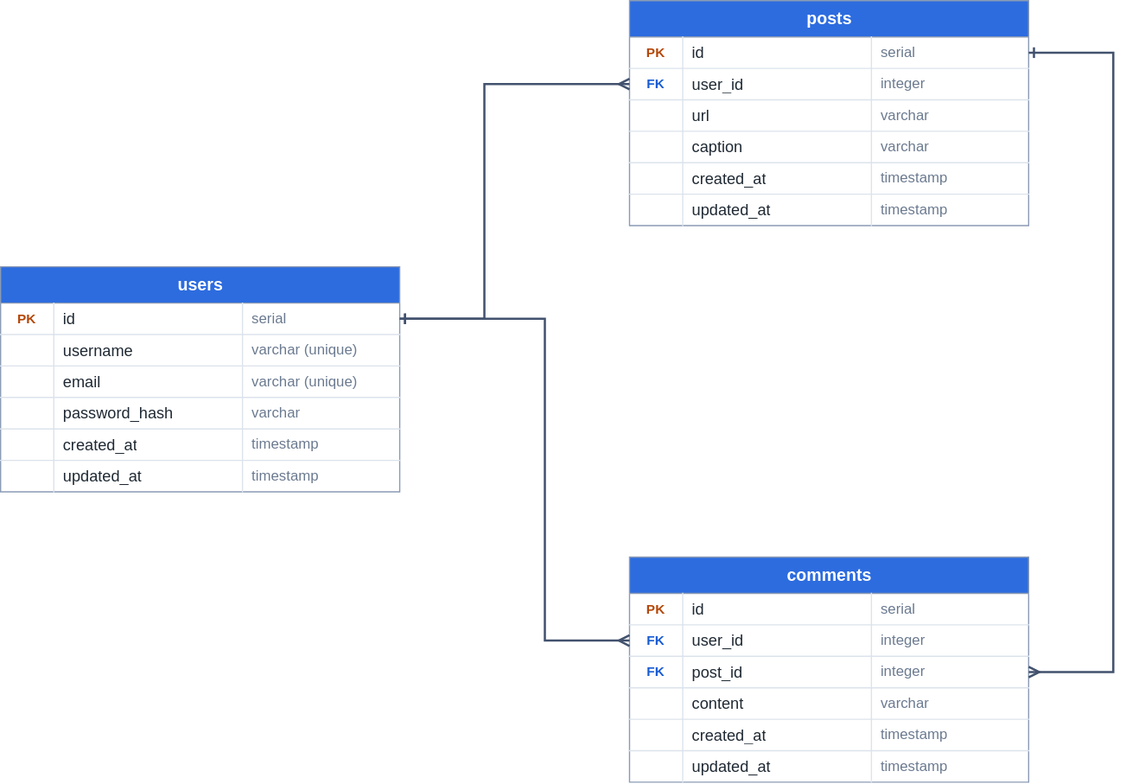
rehmanhaseeb2345-bit/SQL-Practice keeps this draw.io diagram as docs/schema.drawio.svg. Above is the earlier version. Source tidied: cells renumbered, new cells last; positions are measured from the earlier drawing's top-left corner, leaving out a move shared by most shapes.
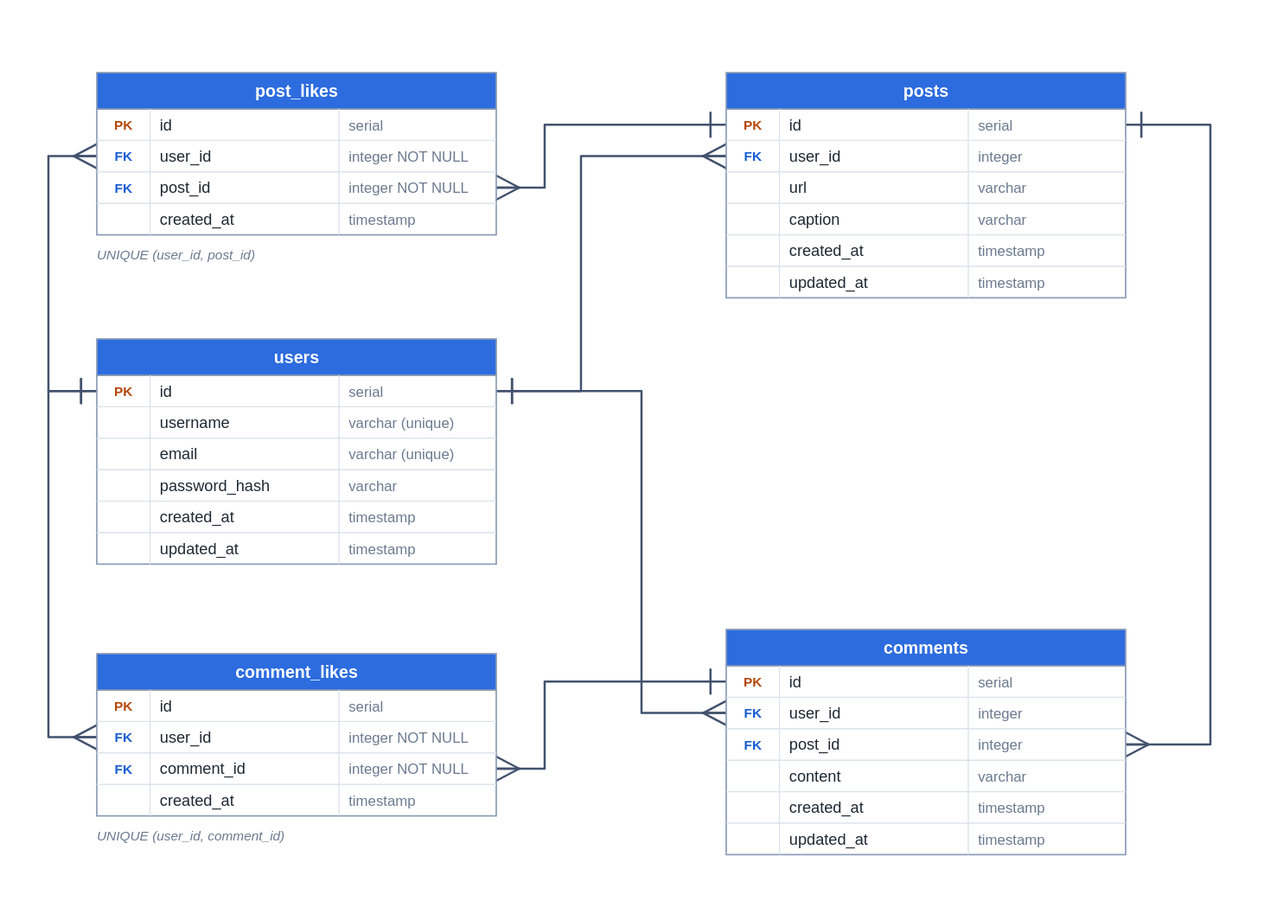
After the change.

Commit message:
Add post_likes and comment_likes to schema

What changed in the source:
```diff
@@ -227,6 +227,114 @@
     <mxCell id="76" value="timestamp" style="shape=partialRectangle;overflow=hidden;fillColor=none;html=1;whiteSpace=wrap;top=0;left=0;bottom=0;right=0;align=left;spacingLeft=6;fontSize=12;fontColor=#6B7A90;strokeColor=#DCE3EC;fontStyle=0;" parent="73" vertex="1">
       <mxGeometry x="200" width="130" height="26" as="geometry" />
     </mxCell>
+    <mxCell id="80" value="post_likes" style="shape=table;startSize=30;rowLines=0;columnLines=0;html=1;align=center;fontStyle=1;fontSize=14;fontColor=#FFFFFF;fillColor=#2D6CDF;swimlaneFillColor=#FFFFFF;strokeColor=#8A9BB5;" parent="1" vertex="1">
+      <mxGeometry width="330" height="134" as="geometry" />
+    </mxCell>
+    <mxCell id="81" style="shape=tableRow;horizontal=0;startSize=0;swimlaneHead=0;swimlaneBody=0;fillColor=none;top=0;left=0;right=0;bottom=0;" parent="80" vertex="1">
+      <mxGeometry y="30" width="330" height="26" as="geometry" />
+    </mxCell>
+    <mxCell id="82" value="PK" style="shape=partialRectangle;overflow=hidden;fillColor=none;html=1;whiteSpace=wrap;top=0;left=0;bottom=1;right=1;align=center;spacingLeft=0;fontSize=11;fontColor=#B54708;strokeColor=#DCE3EC;fontStyle=1;" parent="81" vertex="1">
+      <mxGeometry width="44" height="26" as="geometry" />
+    </mxCell>
+    <mxCell id="83" value="id" style="shape=partialRectangle;overflow=hidden;fillColor=none;html=1;whiteSpace=wrap;top=0;left=0;bottom=1;right=1;align=left;spacingLeft=6;fontSize=13;fontColor=#1F2933;strokeColor=#DCE3EC;fontStyle=0;" parent="81" vertex="1">
+      <mxGeometry x="44" width="156" height="26" as="geometry" />
+    </mxCell>
+    <mxCell id="84" value="serial" style="shape=partialRectangle;overflow=hidden;fillColor=none;html=1;whiteSpace=wrap;top=0;left=0;bottom=1;right=0;align=left;spacingLeft=6;fontSize=12;fontColor=#6B7A90;strokeColor=#DCE3EC;fontStyle=0;" parent="81" vertex="1">
+      <mxGeometry x="200" width="130" height="26" as="geometry" />
+    </mxCell>
+    <mxCell id="85" style="shape=tableRow;horizontal=0;startSize=0;swimlaneHead=0;swimlaneBody=0;fillColor=none;points=[[0,0.5],[1,0.5]];portConstraint=eastwest;top=0;left=0;right=0;bottom=0;" parent="80" vertex="1">
+      <mxGeometry y="56" width="330" height="26" as="geometry" />
+    </mxCell>
+    <mxCell id="86" value="FK" style="shape=partialRectangle;overflow=hidden;fillColor=none;html=1;whiteSpace=wrap;top=0;left=0;bottom=1;right=1;align=center;spacingLeft=0;fontSize=11;fontColor=#175CD3;strokeColor=#DCE3EC;fontStyle=1;" parent="85" vertex="1">
+      <mxGeometry width="44" height="26" as="geometry" />
+    </mxCell>
+    <mxCell id="87" value="user_id" style="shape=partialRectangle;overflow=hidden;fillColor=none;html=1;whiteSpace=wrap;top=0;left=0;bottom=1;right=1;align=left;spacingLeft=6;fontSize=13;fontColor=#1F2933;strokeColor=#DCE3EC;fontStyle=0;" parent="85" vertex="1">
+      <mxGeometry x="44" width="156" height="26" as="geometry" />
+    </mxCell>
+    <mxCell id="88" value="integer NOT NULL" style="shape=partialRectangle;overflow=hidden;fillColor=none;html=1;whiteSpace=wrap;top=0;left=0;bottom=1;right=0;align=left;spacingLeft=6;fontSize=12;fontColor=#6B7A90;strokeColor=#DCE3EC;fontStyle=0;" parent="85" vertex="1">
+      <mxGeometry x="200" width="130" height="26" as="geometry" />
+    </mxCell>
+    <mxCell id="89" style="shape=tableRow;horizontal=0;startSize=0;swimlaneHead=0;swimlaneBody=0;fillColor=none;points=[[0,0.5],[1,0.5]];portConstraint=eastwest;top=0;left=0;right=0;bottom=0;" parent="80" vertex="1">
+      <mxGeometry y="82" width="330" height="26" as="geometry" />
+    </mxCell>
+    <mxCell id="90" value="FK" style="shape=partialRectangle;overflow=hidden;fillColor=none;html=1;whiteSpace=wrap;top=0;left=0;bottom=1;right=1;align=center;spacingLeft=0;fontSize=11;fontColor=#175CD3;strokeColor=#DCE3EC;fontStyle=1;" parent="89" vertex="1">
+      <mxGeometry width="44" height="26" as="geometry" />
+    </mxCell>
+    <mxCell id="91" value="post_id" style="shape=partialRectangle;overflow=hidden;fillColor=none;html=1;whiteSpace=wrap;top=0;left=0;bottom=1;right=1;align=left;spacingLeft=6;fontSize=13;fontColor=#1F2933;strokeColor=#DCE3EC;fontStyle=0;" parent="89" vertex="1">
+      <mxGeometry x="44" width="156" height="26" as="geometry" />
+    </mxCell>
+    <mxCell id="92" value="integer NOT NULL" style="shape=partialRectangle;overflow=hidden;fillColor=none;html=1;whiteSpace=wrap;top=0;left=0;bottom=1;right=0;align=left;spacingLeft=6;fontSize=12;fontColor=#6B7A90;strokeColor=#DCE3EC;fontStyle=0;" parent="89" vertex="1">
+      <mxGeometry x="200" width="130" height="26" as="geometry" />
+    </mxCell>
+    <mxCell id="93" style="shape=tableRow;horizontal=0;startSize=0;swimlaneHead=0;swimlaneBody=0;fillColor=none;top=0;left=0;right=0;bottom=0;" parent="80" vertex="1">
+      <mxGeometry y="108" width="330" height="26" as="geometry" />
+    </mxCell>
+    <mxCell id="94" style="shape=partialRectangle;overflow=hidden;fillColor=none;html=1;whiteSpace=wrap;top=0;left=0;bottom=0;right=1;align=center;spacingLeft=0;fontSize=11;fontColor=#1F2933;strokeColor=#DCE3EC;fontStyle=1;" parent="93" vertex="1">
+      <mxGeometry width="44" height="26" as="geometry" />
+    </mxCell>
+    <mxCell id="95" value="created_at" style="shape=partialRectangle;overflow=hidden;fillColor=none;html=1;whiteSpace=wrap;top=0;left=0;bottom=0;right=1;align=left;spacingLeft=6;fontSize=13;fontColor=#1F2933;strokeColor=#DCE3EC;fontStyle=0;" parent="93" vertex="1">
+      <mxGeometry x="44" width="156" height="26" as="geometry" />
+    </mxCell>
+    <mxCell id="96" value="timestamp" style="shape=partialRectangle;overflow=hidden;fillColor=none;html=1;whiteSpace=wrap;top=0;left=0;bottom=0;right=0;align=left;spacingLeft=6;fontSize=12;fontColor=#6B7A90;strokeColor=#DCE3EC;fontStyle=0;" parent="93" vertex="1">
+      <mxGeometry x="200" width="130" height="26" as="geometry" />
+    </mxCell>
+    <mxCell id="97" value="UNIQUE (user_id, post_id)" style="text;html=1;align=left;verticalAlign=middle;fontSize=11;fontStyle=2;fontColor=#6B7A90;" parent="1" vertex="1">
+      <mxGeometry y="142" width="330" height="20" as="geometry" />
+    </mxCell>
+    <mxCell id="98" value="comment_likes" style="shape=table;startSize=30;rowLines=0;columnLines=0;html=1;align=center;fontStyle=1;fontSize=14;fontColor=#FFFFFF;fillColor=#2D6CDF;swimlaneFillColor=#FFFFFF;strokeColor=#8A9BB5;" parent="1" vertex="1">
+      <mxGeometry y="480" width="330" height="134" as="geometry" />
+    </mxCell>
+    <mxCell id="99" style="shape=tableRow;horizontal=0;startSize=0;swimlaneHead=0;swimlaneBody=0;fillColor=none;top=0;left=0;right=0;bottom=0;" parent="98" vertex="1">
+      <mxGeometry y="30" width="330" height="26" as="geometry" />
+    </mxCell>
+    <mxCell id="100" value="PK" style="shape=partialRectangle;overflow=hidden;fillColor=none;html=1;whiteSpace=wrap;top=0;left=0;bottom=1;right=1;align=center;spacingLeft=0;fontSize=11;fontColor=#B54708;strokeColor=#DCE3EC;fontStyle=1;" parent="99" vertex="1">
+      <mxGeometry width="44" height="26" as="geometry" />
+    </mxCell>
+    <mxCell id="101" value="id" style="shape=partialRectangle;overflow=hidden;fillColor=none;html=1;whiteSpace=wrap;top=0;left=0;bottom=1;right=1;align=left;spacingLeft=6;fontSize=13;fontColor=#1F2933;strokeColor=#DCE3EC;fontStyle=0;" parent="99" vertex="1">
+      <mxGeometry x="44" width="156" height="26" as="geometry" />
+    </mxCell>
+    <mxCell id="102" value="serial" style="shape=partialRectangle;overflow=hidden;fillColor=none;html=1;whiteSpace=wrap;top=0;left=0;bottom=1;right=0;align=left;spacingLeft=6;fontSize=12;fontColor=#6B7A90;strokeColor=#DCE3EC;fontStyle=0;" parent="99" vertex="1">
+      <mxGeometry x="200" width="130" height="26" as="geometry" />
+    </mxCell>
+    <mxCell id="103" style="shape=tableRow;horizontal=0;startSize=0;swimlaneHead=0;swimlaneBody=0;fillColor=none;points=[[0,0.5],[1,0.5]];portConstraint=eastwest;top=0;left=0;right=0;bottom=0;" parent="98" vertex="1">
+      <mxGeometry y="56" width="330" height="26" as="geometry" />
+    </mxCell>
+    <mxCell id="104" value="FK" style="shape=partialRectangle;overflow=hidden;fillColor=none;html=1;whiteSpace=wrap;top=0;left=0;bottom=1;right=1;align=center;spacingLeft=0;fontSize=11;fontColor=#175CD3;strokeColor=#DCE3EC;fontStyle=1;" parent="103" vertex="1">
+      <mxGeometry width="44" height="26" as="geometry" />
+    </mxCell>
+    <mxCell id="105" value="user_id" style="shape=partialRectangle;overflow=hidden;fillColor=none;html=1;whiteSpace=wrap;top=0;left=0;bottom=1;right=1;align=left;spacingLeft=6;fontSize=13;fontColor=#1F2933;strokeColor=#DCE3EC;fontStyle=0;" parent="103" vertex="1">
+      <mxGeometry x="44" width="156" height="26" as="geometry" />
+    </mxCell>
+    <mxCell id="106" value="integer NOT NULL" style="shape=partialRectangle;overflow=hidden;fillColor=none;html=1;whiteSpace=wrap;top=0;left=0;bottom=1;right=0;align=left;spacingLeft=6;fontSize=12;fontColor=#6B7A90;strokeColor=#DCE3EC;fontStyle=0;" parent="103" vertex="1">
+      <mxGeometry x="200" width="130" height="26" as="geometry" />
+    </mxCell>
+    <mxCell id="107" style="shape=tableRow;horizontal=0;startSize=0;swimlaneHead=0;swimlaneBody=0;fillColor=none;points=[[0,0.5],[1,0.5]];portConstraint=eastwest;top=0;left=0;right=0;bottom=0;" parent="98" vertex="1">
+      <mxGeometry y="82" width="330" height="26" as="geometry" />
+    </mxCell>
+    <mxCell id="108" value="FK" style="shape=partialRectangle;overflow=hidden;fillColor=none;html=1;whiteSpace=wrap;top=0;left=0;bottom=1;right=1;align=center;spacingLeft=0;fontSize=11;fontColor=#175CD3;strokeColor=#DCE3EC;fontStyle=1;" parent="107" vertex="1">
+      <mxGeometry width="44" height="26" as="geometry" />
+    </mxCell>
+    <mxCell id="109" value="comment_id" style="shape=partialRectangle;overflow=hidden;fillColor=none;html=1;whiteSpace=wrap;top=0;left=0;bottom=1;right=1;align=left;spacingLeft=6;fontSize=13;fontColor=#1F2933;strokeColor=#DCE3EC;fontStyle=0;" parent="107" vertex="1">
+      <mxGeometry x="44" width="156" height="26" as="geometry" />
+    </mxCell>
+    <mxCell id="110" value="integer NOT NULL" style="shape=partialRectangle;overflow=hidden;fillColor=none;html=1;whiteSpace=wrap;top=0;left=0;bottom=1;right=0;align=left;spacingLeft=6;fontSize=12;fontColor=#6B7A90;strokeColor=#DCE3EC;fontStyle=0;" parent="107" vertex="1">
+      <mxGeometry x="200" width="130" height="26" as="geometry" />
+    </mxCell>
+    <mxCell id="111" style="shape=tableRow;horizontal=0;startSize=0;swimlaneHead=0;swimlaneBody=0;fillColor=none;top=0;left=0;right=0;bottom=0;" parent="98" vertex="1">
+      <mxGeometry y="108" width="330" height="26" as="geometry" />
+    </mxCell>
+    <mxCell id="112" style="shape=partialRectangle;overflow=hidden;fillColor=none;html=1;whiteSpace=wrap;top=0;left=0;bottom=0;right=1;align=center;spacingLeft=0;fontSize=11;fontColor=#1F2933;strokeColor=#DCE3EC;fontStyle=1;" parent="111" vertex="1">
+      <mxGeometry width="44" height="26" as="geometry" />
+    </mxCell>
+    <mxCell id="113" value="created_at" style="shape=partialRectangle;overflow=hidden;fillColor=none;html=1;whiteSpace=wrap;top=0;left=0;bottom=0;right=1;align=left;spacingLeft=6;fontSize=13;fontColor=#1F2933;strokeColor=#DCE3EC;fontStyle=0;" parent="111" vertex="1">
+      <mxGeometry x="44" width="156" height="26" as="geometry" />
+    </mxCell>
+    <mxCell id="114" value="timestamp" style="shape=partialRectangle;overflow=hidden;fillColor=none;html=1;whiteSpace=wrap;top=0;left=0;bottom=0;right=0;align=left;spacingLeft=6;fontSize=12;fontColor=#6B7A90;strokeColor=#DCE3EC;fontStyle=0;" parent="111" vertex="1">
+      <mxGeometry x="200" width="130" height="26" as="geometry" />
+    </mxCell>
+    <mxCell id="115" value="UNIQUE (user_id, comment_id)" style="text;html=1;align=left;verticalAlign=middle;fontSize=11;fontStyle=2;fontColor=#6B7A90;" parent="1" vertex="1">
+      <mxGeometry y="622" width="330" height="20" as="geometry" />
+    </mxCell>
     <mxCell id="77" style="edgeStyle=orthogonalEdgeStyle;rounded=0;html=1;jettySize=auto;exitX=1;exitY=0.5;exitDx=0;exitDy=0;entryX=0;entryY=0.5;entryDx=0;entryDy=0;startArrow=ERone;startFill=0;endArrow=ERmany;endFill=0;strokeColor=#42526E;strokeWidth=1.8;" parent="1" edge="1" source="3" target="32">
       <mxGeometry relative="1" as="geometry">
         <Array as="points">
@@ -251,5 +359,37 @@
         </Array>
       </mxGeometry>
     </mxCell>
+    <mxCell id="116" style="edgeStyle=orthogonalEdgeStyle;rounded=0;html=1;jettySize=auto;exitX=0;exitY=0.5;exitDx=0;exitDy=0;entryX=0;entryY=0.5;entryDx=0;entryDy=0;startArrow=ERone;startFill=0;endArrow=ERmany;endFill=0;strokeColor=#42526E;strokeWidth=1.8;" parent="1" edge="1" source="3" target="85">
+      <mxGeometry relative="1" as="geometry">
+        <Array as="points">
+          <mxPoint x="-40" y="263" />
+          <mxPoint x="-40" y="69" />
+        </Array>
+      </mxGeometry>
+    </mxCell>
+    <mxCell id="117" style="edgeStyle=orthogonalEdgeStyle;rounded=0;html=1;jettySize=auto;exitX=0;exitY=0.5;exitDx=0;exitDy=0;entryX=0;entryY=0.5;entryDx=0;entryDy=0;startArrow=ERone;startFill=0;endArrow=ERmany;endFill=0;strokeColor=#42526E;strokeWidth=1.8;" parent="1" edge="1" source="3" target="103">
+      <mxGeometry relative="1" as="geometry">
+        <Array as="points">
+          <mxPoint x="-40" y="263" />
+          <mxPoint x="-40" y="549" />
+        </Array>
+      </mxGeometry>
+    </mxCell>
+    <mxCell id="118" style="edgeStyle=orthogonalEdgeStyle;rounded=0;html=1;jettySize=auto;exitX=0;exitY=0.5;exitDx=0;exitDy=0;entryX=1;entryY=0.5;entryDx=0;entryDy=0;startArrow=ERone;startFill=0;endArrow=ERmany;endFill=0;strokeColor=#42526E;strokeWidth=1.8;" parent="1" edge="1" source="28" target="89">
+      <mxGeometry relative="1" as="geometry">
+        <Array as="points">
+          <mxPoint x="370" y="43" />
+          <mxPoint x="370" y="95" />
+        </Array>
+      </mxGeometry>
+    </mxCell>
+    <mxCell id="119" style="edgeStyle=orthogonalEdgeStyle;rounded=0;html=1;jettySize=auto;exitX=0;exitY=0.5;exitDx=0;exitDy=0;entryX=1;entryY=0.5;entryDx=0;entryDy=0;startArrow=ERone;startFill=0;endArrow=ERmany;endFill=0;strokeColor=#42526E;strokeWidth=1.8;" parent="1" edge="1" source="53" target="107">
+      <mxGeometry relative="1" as="geometry">
+        <Array as="points">
+          <mxPoint x="370" y="503" />
+          <mxPoint x="370" y="575" />
+        </Array>
+      </mxGeometry>
+    </mxCell>
   </root>
 </mxGraphModel>
```
